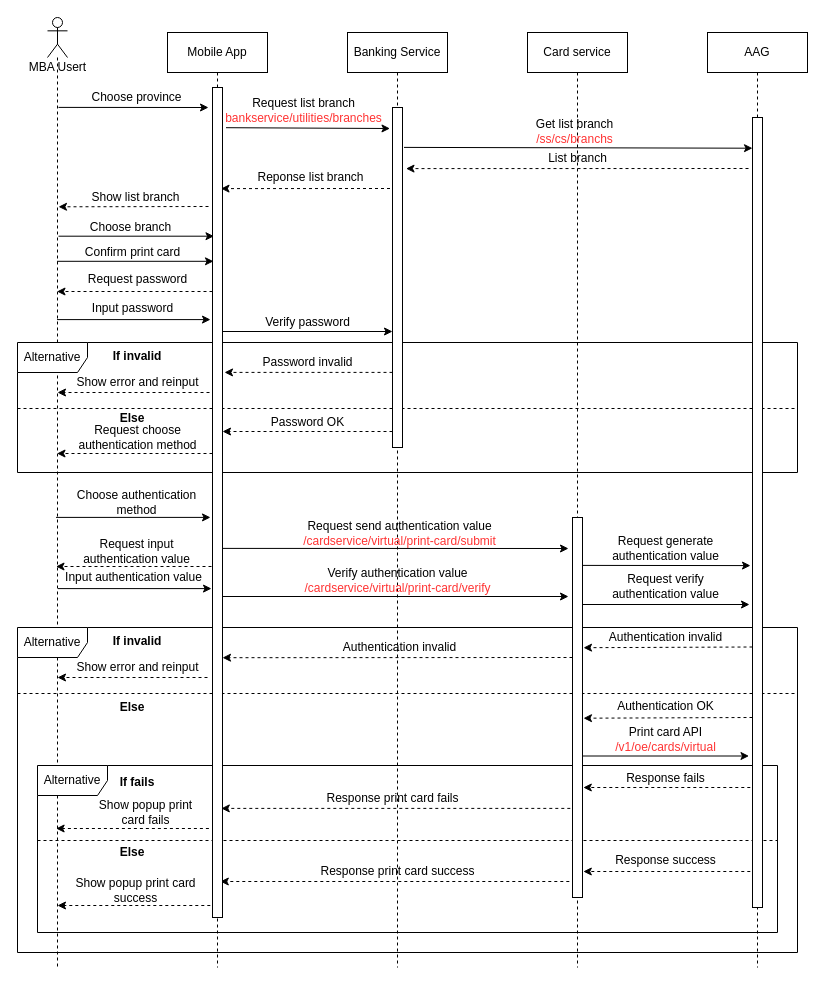
Before: page "Print-card-confirm" (10 of 15) of Sequence Diagram.drawio in lyminh1994/diagram, a draw.io diagram. Source tidied: cells renumbered, new cells numbered last; positions are measured from the earlier drawing's top-left corner, leaving out a move shared by most shapes. Both pictures are drawn from the tidied source at 100%, with x=0, y=0 at pixel (17, 17).
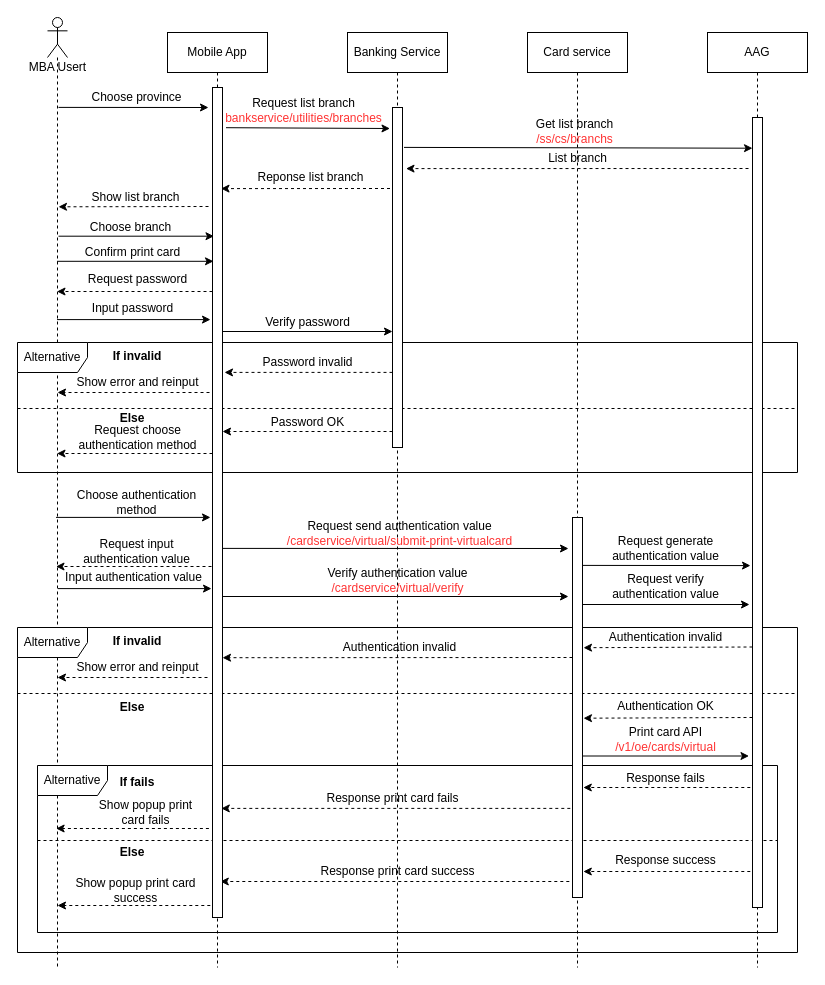
The same page after the edit.

What changed in the source:
```diff
@@
-    <mxCell id="43" value="Request send authentication value&lt;br&gt;&lt;span style=&quot;color: rgb(255 , 51 , 51)&quot;&gt;/cardservice/virtual/print-card/submit&lt;/span&gt;" style="text;html=1;align=center;verticalAlign=middle;strokeColor=none;fontSize=12;" parent="1" vertex="1">
-      <mxGeometry x="277.2" y="501" width="210" height="30" as="geometry" />
+    <mxCell id="43" value="Request send authentication value&lt;br&gt;&lt;span style=&quot;color: rgb(255 , 51 , 51)&quot;&gt;/cardservice/virtual/submit-&lt;/span&gt;&lt;span style=&quot;color: rgb(255 , 51 , 51)&quot;&gt;print-virtualcard&lt;/span&gt;" style="text;html=1;align=center;verticalAlign=middle;strokeColor=none;fontSize=12;" parent="1" vertex="1">
+      <mxGeometry x="262.2" y="501" width="240" height="30" as="geometry" />
     </mxCell>
@@
-    <mxCell id="45" value="Verify authentication value&lt;br&gt;&lt;span style=&quot;color: rgb(255 , 51 , 51)&quot;&gt;/cardservice/virtual/print-card/verify&lt;/span&gt;" style="text;html=1;align=center;verticalAlign=middle;strokeColor=none;fontSize=12;" parent="1" vertex="1">
-      <mxGeometry x="280" y="548" width="200" height="30" as="geometry" />
+    <mxCell id="45" value="Verify authentication value&lt;br&gt;&lt;span style=&quot;color: rgb(255 , 51 , 51)&quot;&gt;/cardservice/virtual/verify&lt;/span&gt;" style="text;html=1;align=center;verticalAlign=middle;strokeColor=none;fontSize=12;" parent="1" vertex="1">
+      <mxGeometry x="300" y="548" width="160" height="30" as="geometry" />
     </mxCell>
```
